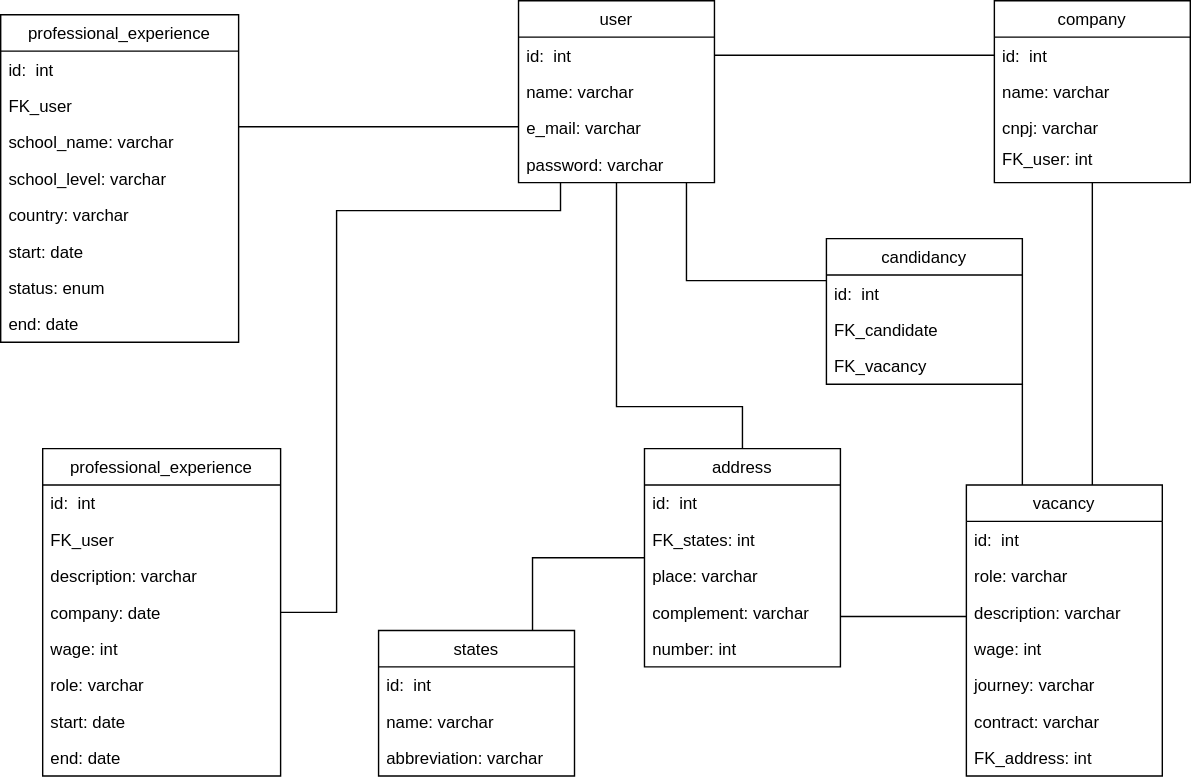
This is vagas/diagramas/entidades.svg from jonnathas/estudo, a draw.io export, as it was before one commit. Source tidied: cells renumbered, new cells last; positions are measured from the earlier drawing's top-left corner, leaving out a move shared by most shapes.
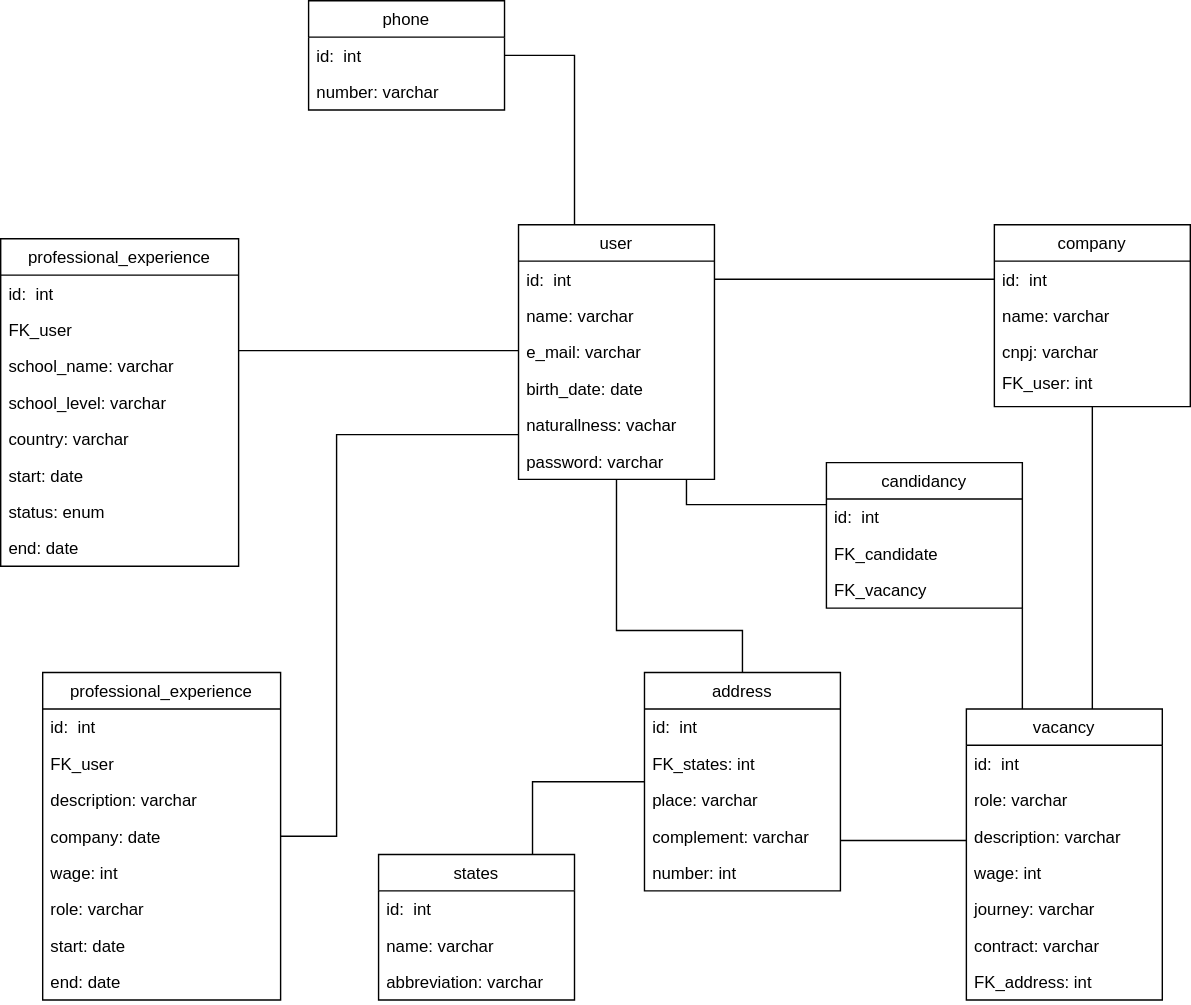
The same file after the commit.

Commit message:
Adionando entidade phone

Diff of the diagram source:
```diff
@@ -18,7 +18,7 @@
       </mxGeometry>
     </mxCell>
     <mxCell id="4" value="user" style="swimlane;fontStyle=0;horizontal=1;startSize=26;fillColor=none;" parent="1" vertex="1">
-      <mxGeometry x="370" width="140" height="130" as="geometry" />
+      <mxGeometry x="370" width="140" height="182" as="geometry" />
     </mxCell>
     <mxCell id="5" value="id:  int" style="text;strokeColor=none;fillColor=none;align=left;verticalAlign=top;spacingLeft=4;spacingRight=4;overflow=hidden;points=[[0,0.5],[1,0.5]];portConstraint=eastwest;" parent="4" vertex="1">
       <mxGeometry y="26" width="140" height="26" as="geometry" />
@@ -29,8 +29,14 @@
     <mxCell id="7" value="e_mail: varchar" style="text;strokeColor=none;fillColor=none;align=left;verticalAlign=top;spacingLeft=4;spacingRight=4;overflow=hidden;" parent="4" vertex="1">
       <mxGeometry y="78" width="140" height="26" as="geometry" />
     </mxCell>
+    <mxCell id="61" value="birth_date: date" style="text;strokeColor=none;fillColor=none;align=left;verticalAlign=top;spacingLeft=4;spacingRight=4;overflow=hidden;" parent="4" vertex="1">
+      <mxGeometry y="104" width="140" height="26" as="geometry" />
+    </mxCell>
+    <mxCell id="62" value="naturallness: vachar" style="text;strokeColor=none;fillColor=none;align=left;verticalAlign=top;spacingLeft=4;spacingRight=4;overflow=hidden;" parent="4" vertex="1">
+      <mxGeometry y="130" width="140" height="26" as="geometry" />
+    </mxCell>
     <mxCell id="8" value="password: varchar" style="text;strokeColor=none;fillColor=none;align=left;verticalAlign=top;spacingLeft=4;spacingRight=4;overflow=hidden;" parent="4" vertex="1">
-      <mxGeometry y="104" width="140" height="26" as="geometry" />
+      <mxGeometry y="156" width="140" height="26" as="geometry" />
     </mxCell>
     <mxCell id="9" style="edgeStyle=orthogonalEdgeStyle;rounded=0;jettySize=auto;html=1;endArrow=none;endFill=0;" parent="1" edge="1" source="10" target="25">
       <mxGeometry relative="1" as="geometry">
@@ -218,5 +224,22 @@
     <mxCell id="60" value="abbreviation: varchar" style="text;strokeColor=none;fillColor=none;align=left;verticalAlign=top;spacingLeft=4;spacingRight=4;overflow=hidden;" parent="57" vertex="1">
       <mxGeometry y="78" width="140" height="26" as="geometry" />
     </mxCell>
+    <mxCell id="63" style="edgeStyle=orthogonalEdgeStyle;rounded=0;jettySize=auto;html=1;endArrow=none;endFill=0;" parent="1" edge="1" source="64" target="4">
+      <mxGeometry relative="1" as="geometry">
+        <Array as="points">
+          <mxPoint x="410" y="-20" />
+          <mxPoint x="410" y="-20" />
+        </Array>
+      </mxGeometry>
+    </mxCell>
+    <mxCell id="64" value="phone" style="swimlane;fontStyle=0;horizontal=1;startSize=26;fillColor=none;" parent="1" vertex="1">
+      <mxGeometry x="220" y="-160" width="140" height="78" as="geometry" />
+    </mxCell>
+    <mxCell id="65" value="id:  int" style="text;strokeColor=none;fillColor=none;align=left;verticalAlign=top;spacingLeft=4;spacingRight=4;overflow=hidden;" parent="64" vertex="1">
+      <mxGeometry y="26" width="140" height="26" as="geometry" />
+    </mxCell>
+    <mxCell id="66" value="number: varchar" style="text;strokeColor=none;fillColor=none;align=left;verticalAlign=top;spacingLeft=4;spacingRight=4;overflow=hidden;" parent="64" vertex="1">
+      <mxGeometry y="52" width="140" height="26" as="geometry" />
+    </mxCell>
   </root>
 </mxGraphModel>
```
